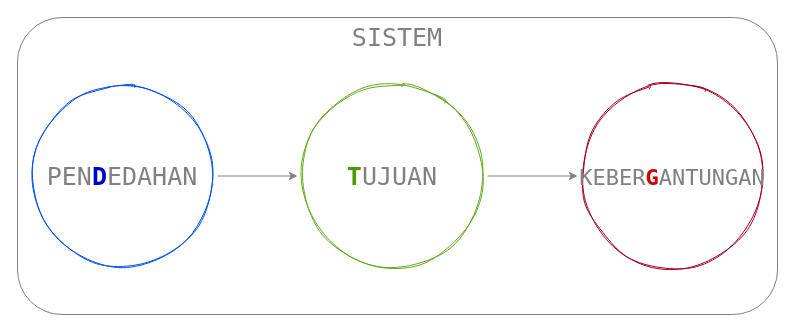
This is page "0.0.2" (1 of 7) of 0. Pendahuluan/Sumber/Teori/Teori.drawio from hassanhabib/The-Standard-Malaysian, a draw.io file, before an edit. Source tidied: cells renumbered, new cells numbered last; positions are measured from the earlier drawing's top-left corner, leaving out a move shared by most shapes. Both pictures are drawn from the tidied source at 100%, with x=0, y=0 at pixel (17, 17).
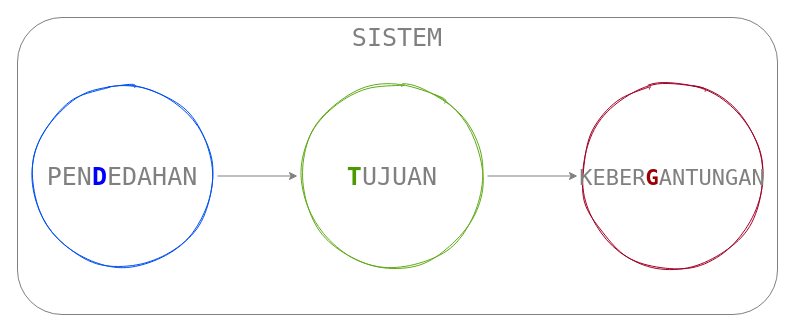
After the change.

Diff of the diagram source:
```diff
@@
 <mxGraphModel>
   <root>
     <mxCell id="0" />
     <mxCell id="1" parent="0" />
     <mxCell id="2" style="rounded=1;whiteSpace=wrap;html=1;fillColor=none;strokeColor=#808080;fontColor=#808080;fontFamily=Lucida Console;fontStyle=0;" parent="1" vertex="1">
       <mxGeometry width="760" height="297" as="geometry" />
     </mxCell>
     <mxCell id="3" style="edgeStyle=orthogonalEdgeStyle;rounded=0;jettySize=auto;html=1;strokeColor=#808080;fontColor=#808080;fontFamily=Lucida Console;fontStyle=0;" parent="1" edge="1" source="4" target="6">
       <mxGeometry relative="1" as="geometry" />
     </mxCell>
-    <mxCell id="4" value="PEN&lt;b&gt;&lt;font color=&quot;#0000cc&quot;&gt;D&lt;/font&gt;&lt;/b&gt;EDAHAN" style="ellipse;whiteSpace=wrap;html=1;sketch=1;fontFamily=Lucida Console;fontSize=25;fontStyle=0;fillColor=none;strokeColor=#0050EF;fontColor=#808080;" parent="1" vertex="1">
+    <mxCell id="4" value="PEN&lt;b&gt;&lt;font color=&quot;#0000ff&quot;&gt;D&lt;/font&gt;&lt;/b&gt;EDAHAN" style="ellipse;whiteSpace=wrap;html=1;sketch=1;fontFamily=Lucida Console;fontSize=25;fontStyle=0;fillColor=none;strokeColor=#0050EF;fontColor=#808080;" parent="1" vertex="1">
       <mxGeometry x="10" y="63.5" width="190" height="190" as="geometry" />
     </mxCell>
     <mxCell id="5" style="edgeStyle=orthogonalEdgeStyle;rounded=0;jettySize=auto;html=1;strokeColor=#808080;fontColor=#808080;fontFamily=Lucida Console;fontStyle=0;" parent="1" edge="1" source="6" target="7">
       <mxGeometry relative="1" as="geometry" />
     </mxCell>
     <mxCell id="6" value="&lt;b&gt;&lt;font color=&quot;#4d9900&quot;&gt;T&lt;/font&gt;&lt;/b&gt;UJUAN" style="ellipse;whiteSpace=wrap;html=1;sketch=1;fontFamily=Lucida Console;fontSize=25;fontStyle=0;fillColor=none;strokeColor=#60A917;fontColor=#808080;" parent="1" vertex="1">
       <mxGeometry x="280" y="63.5" width="190" height="190" as="geometry" />
     </mxCell>
-    <mxCell id="7" value="&lt;font style=&quot;font-size: 22px;&quot;&gt;KEBER&lt;b&gt;&lt;font color=&quot;#cc0000&quot;&gt;G&lt;/font&gt;&lt;/b&gt;ANTUNGAN&lt;/font&gt;" style="ellipse;whiteSpace=wrap;html=1;sketch=1;fontFamily=Lucida Console;fontSize=25;spacing=2;fontStyle=0;fillColor=none;strokeColor=#A20025;fontColor=#808080;" parent="1" vertex="1">
+    <mxCell id="7" value="&lt;font style=&quot;font-size: 22px;&quot;&gt;KEBER&lt;b&gt;&lt;font color=&quot;#990000&quot;&gt;G&lt;/font&gt;&lt;/b&gt;ANTUNGAN&lt;/font&gt;" style="ellipse;whiteSpace=wrap;html=1;sketch=1;fontFamily=Lucida Console;fontSize=25;spacing=2;fontStyle=0;fillColor=none;strokeColor=#A20025;fontColor=#808080;" parent="1" vertex="1">
       <mxGeometry x="560" y="63.5" width="190" height="190" as="geometry" />
     </mxCell>
     <mxCell id="8" value="SISTEM" style="text;html=1;fillColor=none;align=center;verticalAlign=middle;whiteSpace=wrap;rounded=0;fontColor=#808080;fontFamily=Lucida Console;fontStyle=0;fontSize=25;" parent="1" vertex="1">
       <mxGeometry x="360" y="10" width="40" height="20" as="geometry" />
     </mxCell>
   </root>
 </mxGraphModel>
```
